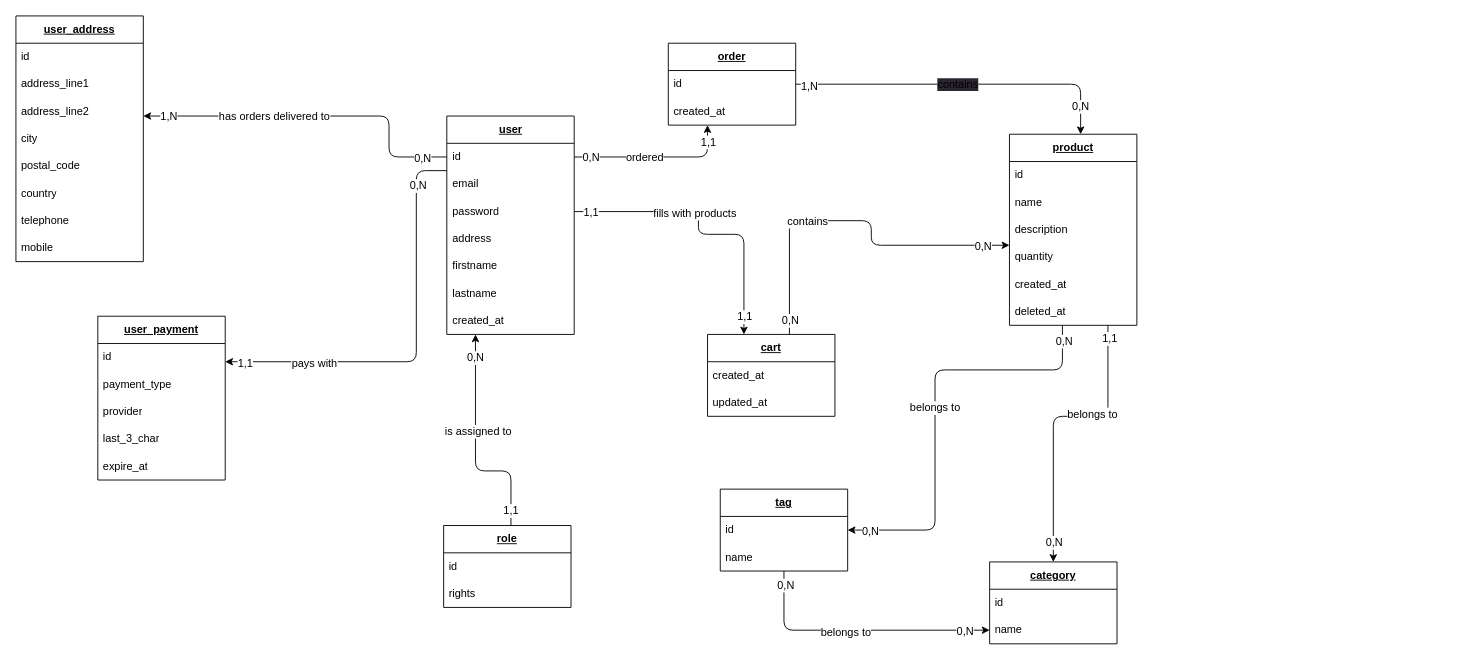
Before: mcd.drawio in felix-hauger/boutique-en-ligne, a draw.io diagram. Source tidied: cells renumbered, new cells numbered last; positions are measured from the earlier drawing's top-left corner, leaving out a move shared by most shapes. Both pictures are drawn from the tidied source at 91%, with x=0, y=0 at pixel (15, 15).
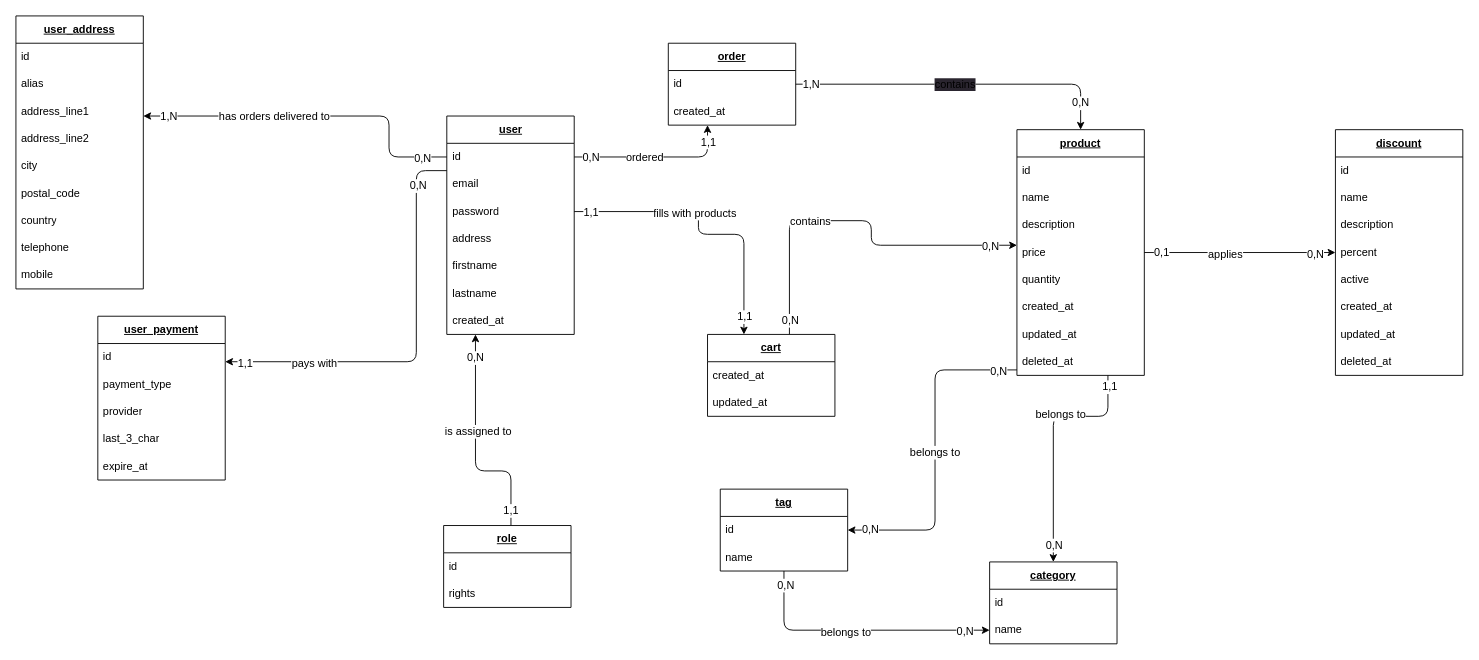
Above is the later version.

Commit message:
MCD - added discount table + alias field in user_address table

Unchanged cells that the change refers to:
```xml
<mxCell id="25" value="&lt;b&gt;&lt;u&gt;cart&lt;/u&gt;&lt;/b&gt;" style="swimlane;fontStyle=0;horizontal=1;startSize=30;whiteSpace=wrap;html=1;" parent="1" vertex="1">
  <mxGeometry x="760" y="350" width="140" height="90" as="geometry" />
</mxCell>
<mxCell id="59" style="edgeStyle=orthogonalEdgeStyle;rounded=1;html=1;strokeColor=default;" parent="1" edge="1" source="19" target="39">
  <mxGeometry relative="1" as="geometry">
    <Array as="points">
      <mxPoint x="1170" y="75" />
    </Array>
  </mxGeometry>
</mxCell>
<mxCell id="67" value="&lt;font style=&quot;font-size: 12px;&quot;&gt;belongs to&lt;/font&gt;" style="edgeStyle=orthogonalEdgeStyle;rounded=1;html=1;strokeColor=default;" parent="1" edge="1" source="39" target="48">
  <mxGeometry relative="1" as="geometry">
    <Array as="points">
      <mxPoint x="1150" y="389" />
      <mxPoint x="1010" y="389" />
      <mxPoint x="1010" y="565" />
    </Array>
  </mxGeometry>
</mxCell>
```

The edit, as a diff of the source:
```diff
@@
-    <mxCell id="21" style="edgeStyle=orthogonalEdgeStyle;rounded=1;html=1;strokeColor=default;fontSize=12;" parent="1" edge="1" source="25" target="43">
+    <mxCell id="21" style="edgeStyle=orthogonalEdgeStyle;rounded=1;html=1;strokeColor=default;fontSize=12;" parent="1" edge="1" source="25" target="39">
       <mxGeometry relative="1" as="geometry">
         <Array as="points">
           <mxPoint x="850" y="225" />
           <mxPoint x="940" y="225" />
           <mxPoint x="940" y="252" />
         </Array>
       </mxGeometry>
     </mxCell>
@@
-    <mxCell id="36" style="group;" parent="1" vertex="1">
-      <mxGeometry x="1020" y="122.7" width="167.9" height="197.3" as="geometry" />
-    </mxCell>
-    <mxCell id="37" style="group;" parent="36" vertex="1">
-      <mxGeometry x="50.9" y="7.3" width="167.9" height="190" as="geometry" />
-    </mxCell>
-    <mxCell id="38" style="group;" parent="37" vertex="1">
-      <mxGeometry x="20.9" width="146.9" height="180" as="geometry" />
-    </mxCell>
-    <mxCell id="39" value="&lt;b&gt;&lt;u&gt;product&lt;/u&gt;&lt;/b&gt;" style="swimlane;fontStyle=0;horizontal=1;startSize=30;whiteSpace=wrap;html=1;" parent="38" vertex="1">
-      <mxGeometry width="140" height="210" as="geometry" />
-    </mxCell>
-    <mxCell id="40" value="id" style="text;strokeColor=none;fillColor=none;align=left;verticalAlign=middle;spacingLeft=4;spacingRight=4;overflow=hidden;whiteSpace=wrap;html=1;" parent="39" vertex="1">
-      <mxGeometry y="30" width="140" height="30" as="geometry" />
-    </mxCell>
-    <mxCell id="41" value="name" style="text;strokeColor=none;fillColor=none;align=left;verticalAlign=middle;spacingLeft=4;spacingRight=4;overflow=hidden;whiteSpace=wrap;html=1;" parent="39" vertex="1">
-      <mxGeometry y="60" width="140" height="30" as="geometry" />
-    </mxCell>
-    <mxCell id="42" value="description" style="text;strokeColor=none;fillColor=none;align=left;verticalAlign=middle;spacingLeft=4;spacingRight=4;overflow=hidden;whiteSpace=wrap;html=1;" parent="39" vertex="1">
-      <mxGeometry y="90" width="140" height="30" as="geometry" />
-    </mxCell>
-    <mxCell id="43" value="quantity" style="text;strokeColor=none;fillColor=none;align=left;verticalAlign=middle;spacingLeft=4;spacingRight=4;overflow=hidden;points=[[0,0.5],[1,0.5]];portConstraint=eastwest;whiteSpace=wrap;html=1;" parent="39" vertex="1">
-      <mxGeometry y="120" width="140" height="30" as="geometry" />
-    </mxCell>
-    <mxCell id="44" value="created_at" style="text;strokeColor=none;fillColor=none;align=left;verticalAlign=middle;spacingLeft=4;spacingRight=4;overflow=hidden;whiteSpace=wrap;html=1;" parent="39" vertex="1">
-      <mxGeometry y="150" width="140" height="30" as="geometry" />
-    </mxCell>
-    <mxCell id="45" value="deleted_at" style="text;strokeColor=none;fillColor=none;align=left;verticalAlign=middle;spacingLeft=4;spacingRight=4;overflow=hidden;whiteSpace=wrap;html=1;" parent="39" vertex="1">
-      <mxGeometry y="180" width="140" height="30" as="geometry" />
-    </mxCell>
@@
     <mxCell id="62" value="1,N" style="edgeLabel;html=1;align=center;verticalAlign=middle;fontSize=12;" parent="59" vertex="1">
-      <mxGeometry x="-0.92" y="-2" relative="1" as="geometry" />
+      <mxGeometry x="-0.92" y="-2" relative="1" as="geometry">
+        <mxPoint x="2" y="-2" as="offset" />
+      </mxGeometry>
     </mxCell>
@@
     <mxCell id="68" value="0,N" style="edgeLabel;html=1;align=center;verticalAlign=middle;fontSize=12;" parent="67" vertex="1">
       <mxGeometry x="-0.95" y="1" relative="1" as="geometry">
-        <mxPoint y="5" as="offset" />
+        <mxPoint x="-12" as="offset" />
       </mxGeometry>
     </mxCell>
     <mxCell id="69" value="0,N" style="edgeLabel;html=1;align=center;verticalAlign=middle;fontSize=12;" parent="67" vertex="1">
       <mxGeometry x="0.94" y="1" relative="1" as="geometry">
-        <mxPoint x="10" as="offset" />
+        <mxPoint x="13" y="-2" as="offset" />
       </mxGeometry>
     </mxCell>
     <mxCell id="70" value="&lt;b&gt;&lt;u&gt;user_address&lt;/u&gt;&lt;/b&gt;" style="swimlane;fontStyle=0;horizontal=1;startSize=30;whiteSpace=wrap;html=1;" parent="1" vertex="1">
-      <mxGeometry width="140" height="270" as="geometry" />
+      <mxGeometry width="140" height="300" as="geometry" />
     </mxCell>
@@
+    <mxCell id="93" value="alias" style="text;strokeColor=none;fillColor=none;align=left;verticalAlign=middle;spacingLeft=4;spacingRight=4;overflow=hidden;whiteSpace=wrap;html=1;" parent="70" vertex="1">
+      <mxGeometry y="60" width="140" height="30" as="geometry" />
+    </mxCell>
     <mxCell id="72" value="address_line1" style="text;strokeColor=none;fillColor=none;align=left;verticalAlign=middle;spacingLeft=4;spacingRight=4;overflow=hidden;whiteSpace=wrap;html=1;" parent="70" vertex="1">
-      <mxGeometry y="60" width="140" height="30" as="geometry" />
+      <mxGeometry y="90" width="140" height="30" as="geometry" />
     </mxCell>
     <mxCell id="73" value="address_line2" style="text;strokeColor=none;fillColor=none;align=left;verticalAlign=middle;spacingLeft=4;spacingRight=4;overflow=hidden;whiteSpace=wrap;html=1;" parent="70" vertex="1">
-      <mxGeometry y="90" width="140" height="30" as="geometry" />
+      <mxGeometry y="120" width="140" height="30" as="geometry" />
     </mxCell>
     <mxCell id="74" value="city" style="text;strokeColor=none;fillColor=none;align=left;verticalAlign=middle;spacingLeft=4;spacingRight=4;overflow=hidden;whiteSpace=wrap;html=1;" parent="70" vertex="1">
-      <mxGeometry y="120" width="140" height="30" as="geometry" />
+      <mxGeometry y="150" width="140" height="30" as="geometry" />
     </mxCell>
     <mxCell id="75" value="postal_code" style="text;strokeColor=none;fillColor=none;align=left;verticalAlign=middle;spacingLeft=4;spacingRight=4;overflow=hidden;whiteSpace=wrap;html=1;" parent="70" vertex="1">
-      <mxGeometry y="150" width="140" height="30" as="geometry" />
+      <mxGeometry y="180" width="140" height="30" as="geometry" />
     </mxCell>
     <mxCell id="76" value="country" style="text;strokeColor=none;fillColor=none;align=left;verticalAlign=middle;spacingLeft=4;spacingRight=4;overflow=hidden;whiteSpace=wrap;html=1;" parent="70" vertex="1">
-      <mxGeometry y="180" width="140" height="30" as="geometry" />
+      <mxGeometry y="210" width="140" height="30" as="geometry" />
     </mxCell>
     <mxCell id="77" value="telephone" style="text;strokeColor=none;fillColor=none;align=left;verticalAlign=middle;spacingLeft=4;spacingRight=4;overflow=hidden;whiteSpace=wrap;html=1;" parent="70" vertex="1">
-      <mxGeometry y="210" width="140" height="30" as="geometry" />
+      <mxGeometry y="240" width="140" height="30" as="geometry" />
     </mxCell>
     <mxCell id="78" value="mobile" style="text;strokeColor=none;fillColor=none;align=left;verticalAlign=middle;spacingLeft=4;spacingRight=4;overflow=hidden;whiteSpace=wrap;html=1;" parent="70" vertex="1">
-      <mxGeometry y="240" width="140" height="30" as="geometry" />
+      <mxGeometry y="270" width="140" height="30" as="geometry" />
     </mxCell>
@@
+    <mxCell id="39" value="&lt;b&gt;&lt;u&gt;product&lt;/u&gt;&lt;/b&gt;" style="swimlane;fontStyle=0;horizontal=1;startSize=30;whiteSpace=wrap;html=1;" parent="1" vertex="1">
+      <mxGeometry x="1100" y="125" width="140" height="270" as="geometry" />
+    </mxCell>
+    <mxCell id="94" value="id" style="text;strokeColor=none;fillColor=none;align=left;verticalAlign=middle;spacingLeft=4;spacingRight=4;overflow=hidden;whiteSpace=wrap;html=1;" parent="39" vertex="1">
+      <mxGeometry y="30" width="140" height="30" as="geometry" />
+    </mxCell>
+    <mxCell id="95" value="name" style="text;strokeColor=none;fillColor=none;align=left;verticalAlign=middle;spacingLeft=4;spacingRight=4;overflow=hidden;whiteSpace=wrap;html=1;" parent="39" vertex="1">
+      <mxGeometry y="60" width="140" height="30" as="geometry" />
+    </mxCell>
+    <mxCell id="96" value="description" style="text;strokeColor=none;fillColor=none;align=left;verticalAlign=middle;spacingLeft=4;spacingRight=4;overflow=hidden;whiteSpace=wrap;html=1;" parent="39" vertex="1">
+      <mxGeometry y="90" width="140" height="30" as="geometry" />
+    </mxCell>
+    <mxCell id="97" value="price" style="text;strokeColor=none;fillColor=none;align=left;verticalAlign=middle;spacingLeft=4;spacingRight=4;overflow=hidden;points=[[0,0.5],[1,0.5]];portConstraint=eastwest;whiteSpace=wrap;html=1;" parent="39" vertex="1">
+      <mxGeometry y="120" width="140" height="30" as="geometry" />
+    </mxCell>
+    <mxCell id="43" value="quantity" style="text;strokeColor=none;fillColor=none;align=left;verticalAlign=middle;spacingLeft=4;spacingRight=4;overflow=hidden;points=[[0,0.5],[1,0.5]];portConstraint=eastwest;whiteSpace=wrap;html=1;" parent="39" vertex="1">
+      <mxGeometry y="150" width="140" height="30" as="geometry" />
+    </mxCell>
+    <mxCell id="98" value="created_at" style="text;strokeColor=none;fillColor=none;align=left;verticalAlign=middle;spacingLeft=4;spacingRight=4;overflow=hidden;whiteSpace=wrap;html=1;" parent="39" vertex="1">
+      <mxGeometry y="180" width="140" height="30" as="geometry" />
+    </mxCell>
+    <mxCell id="99" value="updated_at" style="text;strokeColor=none;fillColor=none;align=left;verticalAlign=middle;spacingLeft=4;spacingRight=4;overflow=hidden;whiteSpace=wrap;html=1;" parent="39" vertex="1">
+      <mxGeometry y="210" width="140" height="30" as="geometry" />
+    </mxCell>
+    <mxCell id="100" value="deleted_at" style="text;strokeColor=none;fillColor=none;align=left;verticalAlign=middle;spacingLeft=4;spacingRight=4;overflow=hidden;whiteSpace=wrap;html=1;" parent="39" vertex="1">
+      <mxGeometry y="240" width="140" height="30" as="geometry" />
+    </mxCell>
+    <mxCell id="101" value="&lt;b&gt;&lt;u&gt;discount&lt;/u&gt;&lt;/b&gt;" style="swimlane;fontStyle=0;horizontal=1;startSize=30;whiteSpace=wrap;html=1;" parent="1" vertex="1">
+      <mxGeometry x="1450" y="125" width="140" height="270" as="geometry" />
+    </mxCell>
+    <mxCell id="102" value="id" style="text;strokeColor=none;fillColor=none;align=left;verticalAlign=middle;spacingLeft=4;spacingRight=4;overflow=hidden;whiteSpace=wrap;html=1;" parent="101" vertex="1">
+      <mxGeometry y="30" width="140" height="30" as="geometry" />
+    </mxCell>
+    <mxCell id="103" value="name" style="text;strokeColor=none;fillColor=none;align=left;verticalAlign=middle;spacingLeft=4;spacingRight=4;overflow=hidden;whiteSpace=wrap;html=1;" parent="101" vertex="1">
+      <mxGeometry y="60" width="140" height="30" as="geometry" />
+    </mxCell>
+    <mxCell id="104" value="description" style="text;strokeColor=none;fillColor=none;align=left;verticalAlign=middle;spacingLeft=4;spacingRight=4;overflow=hidden;whiteSpace=wrap;html=1;" parent="101" vertex="1">
+      <mxGeometry y="90" width="140" height="30" as="geometry" />
+    </mxCell>
+    <mxCell id="105" value="percent" style="text;strokeColor=none;fillColor=none;align=left;verticalAlign=middle;spacingLeft=4;spacingRight=4;overflow=hidden;whiteSpace=wrap;html=1;" parent="101" vertex="1">
+      <mxGeometry y="120" width="140" height="30" as="geometry" />
+    </mxCell>
+    <mxCell id="106" value="active" style="text;strokeColor=none;fillColor=none;align=left;verticalAlign=middle;spacingLeft=4;spacingRight=4;overflow=hidden;whiteSpace=wrap;html=1;" parent="101" vertex="1">
+      <mxGeometry y="150" width="140" height="30" as="geometry" />
+    </mxCell>
+    <mxCell id="107" value="created_at" style="text;strokeColor=none;fillColor=none;align=left;verticalAlign=middle;spacingLeft=4;spacingRight=4;overflow=hidden;whiteSpace=wrap;html=1;" parent="101" vertex="1">
+      <mxGeometry y="180" width="140" height="30" as="geometry" />
+    </mxCell>
+    <mxCell id="108" value="updated_at" style="text;strokeColor=none;fillColor=none;align=left;verticalAlign=middle;spacingLeft=4;spacingRight=4;overflow=hidden;whiteSpace=wrap;html=1;" parent="101" vertex="1">
+      <mxGeometry y="210" width="140" height="30" as="geometry" />
+    </mxCell>
+    <mxCell id="109" value="deleted_at" style="text;strokeColor=none;fillColor=none;align=left;verticalAlign=middle;spacingLeft=4;spacingRight=4;overflow=hidden;whiteSpace=wrap;html=1;" parent="101" vertex="1">
+      <mxGeometry y="240" width="140" height="30" as="geometry" />
+    </mxCell>
+    <mxCell id="110" style="edgeStyle=orthogonalEdgeStyle;html=1;" parent="1" edge="1" source="97" target="101">
+      <mxGeometry relative="1" as="geometry" />
+    </mxCell>
+    <mxCell id="111" value="&lt;font style=&quot;font-size: 12px;&quot;&gt;applies&lt;/font&gt;" style="edgeLabel;html=1;align=center;verticalAlign=middle;" parent="110" vertex="1">
+      <mxGeometry x="-0.16" y="-1" relative="1" as="geometry" />
+    </mxCell>
+    <mxCell id="112" value="&lt;font style=&quot;font-size: 12px;&quot;&gt;0,1&lt;/font&gt;" style="edgeLabel;html=1;align=center;verticalAlign=middle;" parent="110" vertex="1">
+      <mxGeometry x="-0.87" y="-2" relative="1" as="geometry">
+        <mxPoint x="4" y="-3" as="offset" />
+      </mxGeometry>
+    </mxCell>
+    <mxCell id="113" value="0,N" style="edgeLabel;html=1;align=center;verticalAlign=middle;fontSize=12;" parent="110" vertex="1">
+      <mxGeometry x="0.82" relative="1" as="geometry">
+        <mxPoint x="-4" y="1" as="offset" />
+      </mxGeometry>
+    </mxCell>
```
